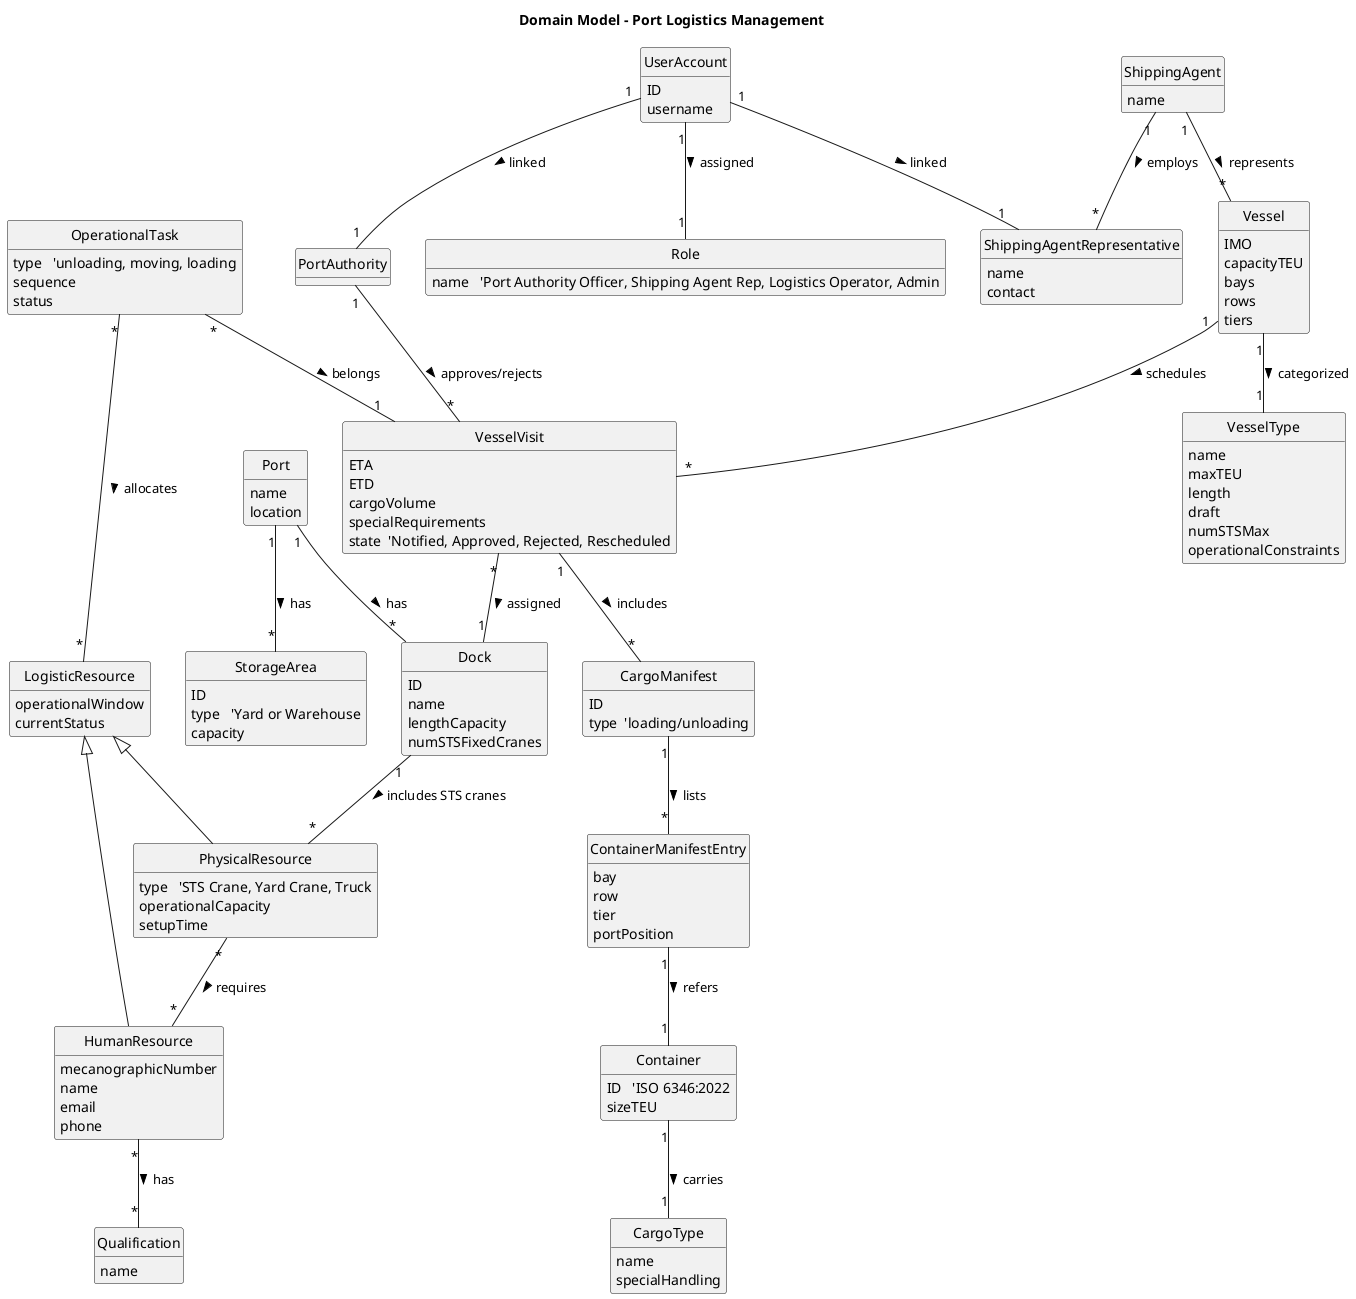
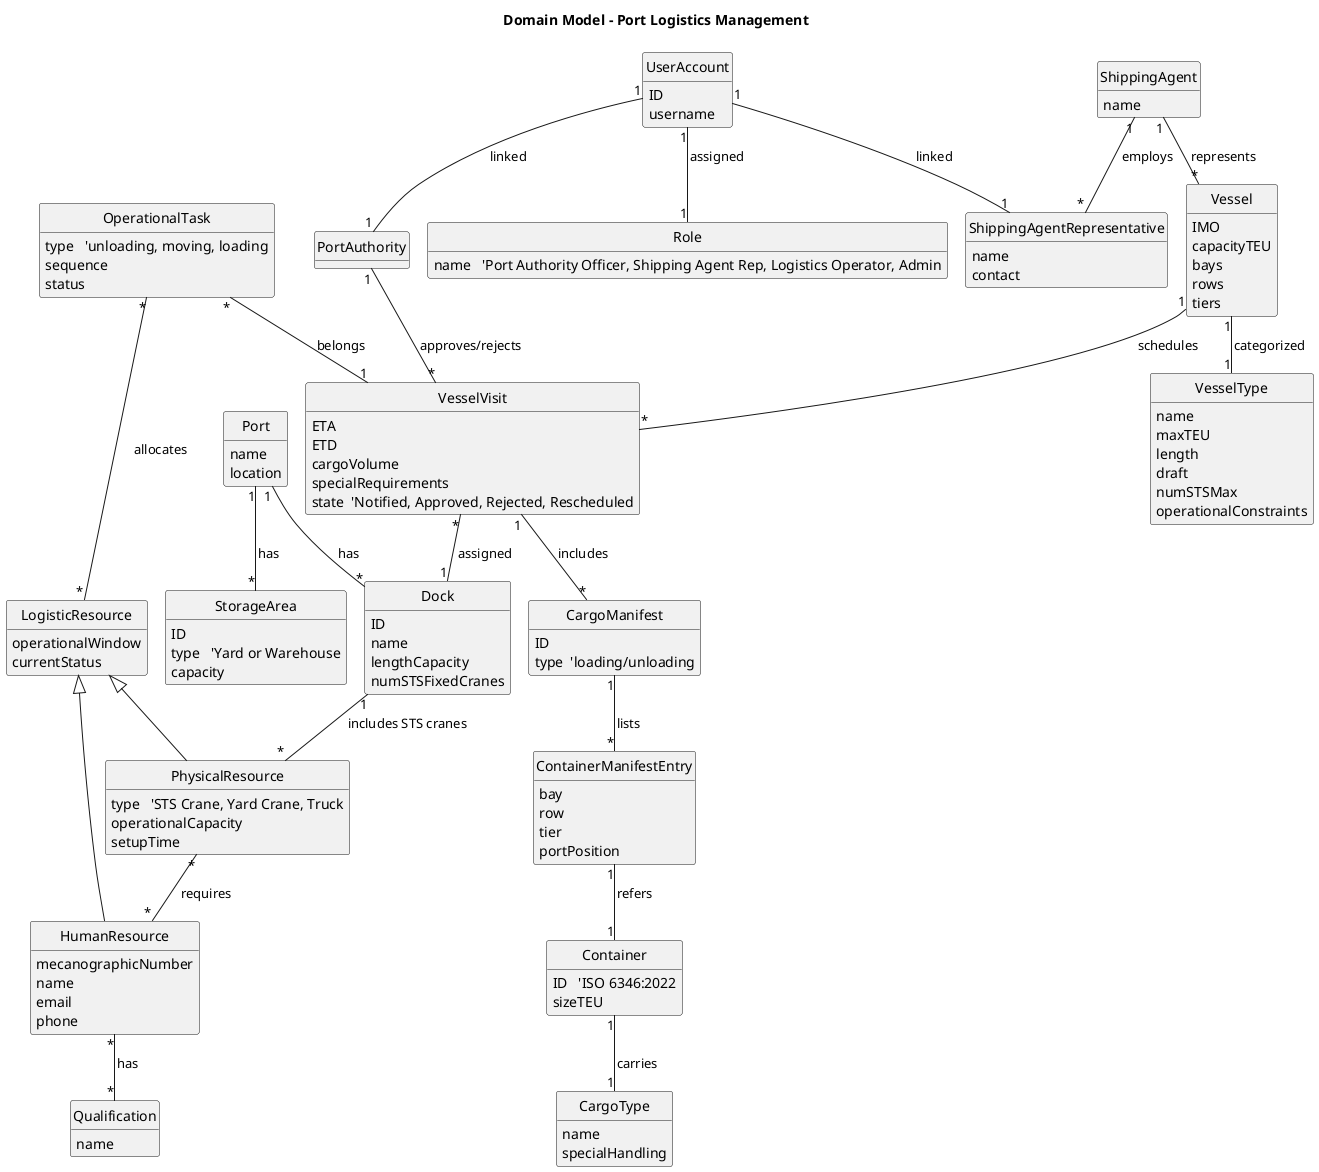
@startuml
+ !pragma layout smetana
skinparam monochrome true
skinparam packageStyle rectangle
skinparam shadowing false
skinparam classAttributeIconSize 0
hide circle
hide methods
title Domain Model - Port Logistics Management

' ==== CORE ENTITIES ====

class Port {
    name
    location
}

class Dock {
    ID
    name
    lengthCapacity
    numSTSFixedCranes
}

class StorageArea {
    ID
    type   'Yard or Warehouse
    capacity
}

class Vessel {
    IMO
    capacityTEU
    bays
    rows
    tiers
}

class VesselType {
    name
    maxTEU
    length
    draft
    numSTSMax
    operationalConstraints
}

class VesselVisit {
    ETA
    ETD
    cargoVolume
    specialRequirements
    state  'Notified, Approved, Rejected, Rescheduled
}

class CargoManifest {
    ID
    type  'loading/unloading
}

class ContainerManifestEntry {
    bay
    row
    tier
    portPosition
}

class Container {
    ID   'ISO 6346:2022
    sizeTEU
}

class CargoType {
    name
    specialHandling
}

' ==== RESOURCES ====

class LogisticResource {
    operationalWindow
    currentStatus
}

class PhysicalResource {
    type   'STS Crane, Yard Crane, Truck
    operationalCapacity
    setupTime
}

class HumanResource {
    mecanographicNumber
    name
    email
    phone
}

class Qualification {
    name
}

class OperationalTask {
    type   'unloading, moving, loading
    sequence
    status
}

' ==== ORGANIZATIONS & USERS ====

class PortAuthority {
}

class ShippingAgent {
    name
}

class ShippingAgentRepresentative {
    name
    contact
}

class UserAccount {
    ID
    username
}

class Role {
    name   'Port Authority Officer, Shipping Agent Rep, Logistics Operator, Admin
}


' ==== RELATIONSHIPS ====

Port "1" -- "*" Dock : has >
Port "1" -- "*" StorageArea : has >

Dock "1" -- "*" PhysicalResource : includes STS cranes >

Vessel "1" -- "1" VesselType : categorized >
Vessel "1" -- "*" VesselVisit : schedules >

VesselVisit "*" -- "1" Dock : assigned >
VesselVisit "1" -- "*" CargoManifest : includes >

CargoManifest "1" -- "*" ContainerManifestEntry : lists >
ContainerManifestEntry "1" -- "1" Container : refers >
Container "1" -- "1" CargoType : carries >

LogisticResource <|-- PhysicalResource
LogisticResource <|-- HumanResource

PhysicalResource "*" -- "*" HumanResource : requires >
HumanResource "*" -- "*" Qualification : has >

OperationalTask "*" -- "*" LogisticResource : allocates >
OperationalTask "*" -- "1" VesselVisit : belongs >

PortAuthority "1" -- "*" VesselVisit : approves/rejects >
ShippingAgent "1" -- "*" Vessel : represents >
ShippingAgent "1" -- "*" ShippingAgentRepresentative : employs >

UserAccount "1" -- "1" Role : assigned >
UserAccount "1" -- "1" ShippingAgentRepresentative : linked >
UserAccount "1" -- "1" PortAuthority : linked >

@enduml
